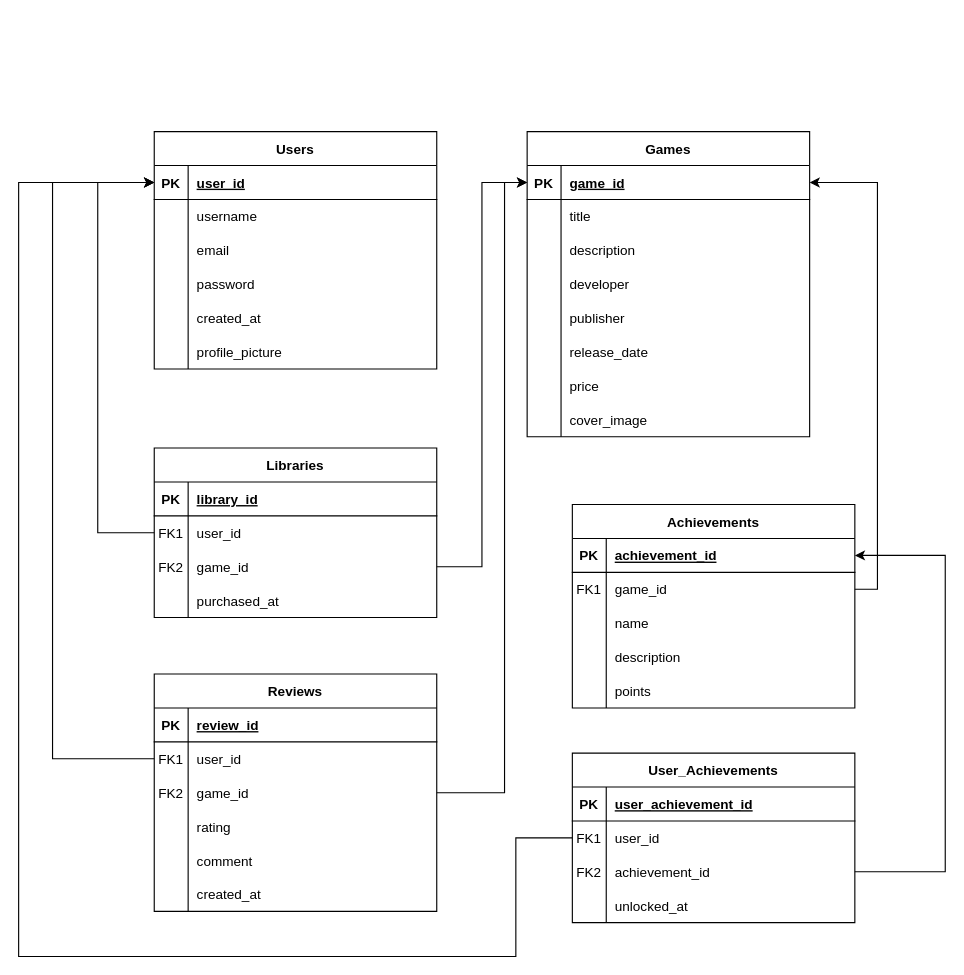
Before: relations.drawio in BaGreal2/steam-copy-server, a draw.io diagram. Source tidied: cells renumbered, new cells numbered last; positions are measured from the earlier drawing's top-left corner, leaving out a move shared by most shapes. Both pictures are drawn from the tidied source at 113%, with x=0, y=0 at pixel (18, 131).
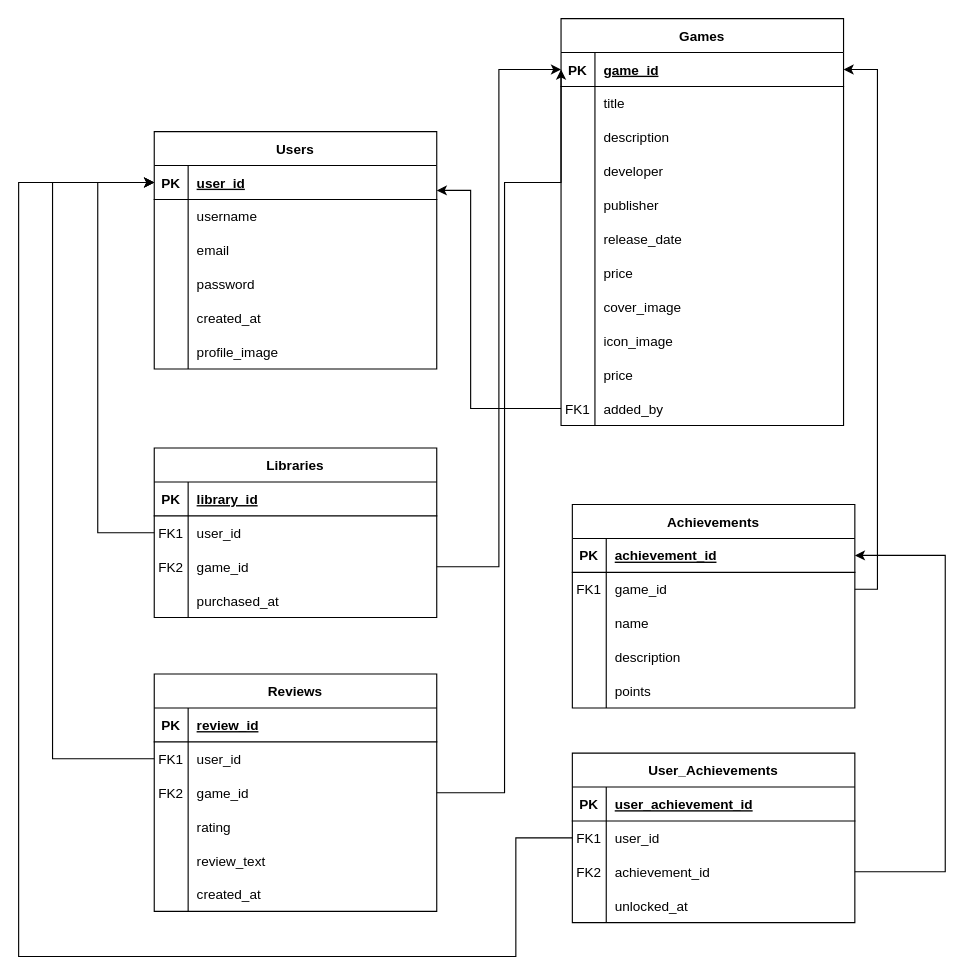
The same diagram, later.

The change refers to these unchanged cells:
```xml
<mxCell id="28" style="shape=partialRectangle;fillColor=none;points=[[0,0.5],[1,0.5]];portConstraint=eastwest;top=0;left=0;right=0;bottom=1;" parent="27" vertex="1">
  <mxGeometry y="30" width="250" height="30" as="geometry" />
</mxCell>
<mxCell id="43" style="shape=partialRectangle;fillColor=none;top=0;left=0;right=0;bottom=0;" parent="27" vertex="1">
  <mxGeometry y="180" width="250" height="30" as="geometry" />
</mxCell>
<mxCell id="74" style="shape=partialRectangle;fillColor=none;top=0;left=0;right=0;bottom=0;" parent="61" vertex="1">
  <mxGeometry y="150" width="250" height="30" as="geometry" />
</mxCell>
```

The edit, as a diff of the source:
```diff
@@
     <mxCell id="2" value="Games" style="shape=table;startSize=30;childLayout=tableLayout;rowLines=0;fontStyle=1;align=center;" parent="1" vertex="1">
-      <mxGeometry x="450" width="250" height="270" as="geometry" />
+      <mxGeometry x="480" y="-100" width="250" height="360" as="geometry" />
     </mxCell>
@@
+    <mxCell id="114" style="shape=partialRectangle;fillColor=none;top=0;left=0;right=0;bottom=0;" parent="2" vertex="1">
+      <mxGeometry y="270" width="250" height="30" as="geometry" />
+    </mxCell>
+    <mxCell id="115" style="shape=partialRectangle;overflow=hidden;fillColor=none;top=0;left=0;bottom=0;right=0;" parent="114" vertex="1">
+      <mxGeometry width="30" height="30" as="geometry" />
+    </mxCell>
+    <mxCell id="116" value="icon_image" style="shape=partialRectangle;overflow=hidden;fillColor=none;top=0;left=0;bottom=0;right=0;align=left;spacingLeft=6;" parent="114" vertex="1">
+      <mxGeometry x="30" width="220" height="30" as="geometry" />
+    </mxCell>
+    <mxCell id="117" style="shape=partialRectangle;fillColor=none;top=0;left=0;right=0;bottom=0;" parent="2" vertex="1">
+      <mxGeometry y="300" width="250" height="30" as="geometry" />
+    </mxCell>
+    <mxCell id="118" style="shape=partialRectangle;overflow=hidden;fillColor=none;top=0;left=0;bottom=0;right=0;" parent="117" vertex="1">
+      <mxGeometry width="30" height="30" as="geometry" />
+    </mxCell>
+    <mxCell id="119" value="price" style="shape=partialRectangle;overflow=hidden;fillColor=none;top=0;left=0;bottom=0;right=0;align=left;spacingLeft=6;" parent="117" vertex="1">
+      <mxGeometry x="30" width="220" height="30" as="geometry" />
+    </mxCell>
+    <mxCell id="120" style="shape=partialRectangle;fillColor=none;points=[[0,0.5],[1,0.5]];portConstraint=eastwest;top=0;left=0;right=0;bottom=0;" parent="2" vertex="1">
+      <mxGeometry y="330" width="250" height="30" as="geometry" />
+    </mxCell>
+    <mxCell id="121" value="FK1" style="shape=partialRectangle;overflow=hidden;fillColor=none;top=0;left=0;bottom=0;right=0;" parent="120" vertex="1">
+      <mxGeometry width="30" height="30" as="geometry" />
+    </mxCell>
+    <mxCell id="122" value="added_by" style="shape=partialRectangle;overflow=hidden;fillColor=none;top=0;left=0;bottom=0;right=0;align=left;spacingLeft=6;" parent="120" vertex="1">
+      <mxGeometry x="30" width="220" height="30" as="geometry" />
+    </mxCell>
@@
-    <mxCell id="45" value="profile_picture" style="shape=partialRectangle;overflow=hidden;fillColor=none;top=0;left=0;bottom=0;right=0;align=left;spacingLeft=6;" parent="43" vertex="1">
+    <mxCell id="45" value="profile_image" style="shape=partialRectangle;overflow=hidden;fillColor=none;top=0;left=0;bottom=0;right=0;align=left;spacingLeft=6;" parent="43" vertex="1">
       <mxGeometry x="30" width="220" height="30" as="geometry" />
     </mxCell>
@@
-    <mxCell id="76" value="comment" style="shape=partialRectangle;overflow=hidden;fillColor=none;top=0;left=0;bottom=0;right=0;align=left;spacingLeft=6;" parent="74" vertex="1">
+    <mxCell id="76" value="review_text" style="shape=partialRectangle;overflow=hidden;fillColor=none;top=0;left=0;bottom=0;right=0;align=left;spacingLeft=6;" parent="74" vertex="1">
       <mxGeometry x="30" width="220" height="30" as="geometry" />
     </mxCell>
@@
+    <mxCell id="123" style="edgeStyle=orthogonalEdgeStyle;rounded=0;jettySize=auto;html=1;exitX=0;exitY=0.5;exitDx=0;exitDy=0;entryX=1;entryY=0.733;entryDx=0;entryDy=0;entryPerimeter=0;" parent="1" edge="1" source="120" target="28">
+      <mxGeometry relative="1" as="geometry">
+        <Array as="points">
+          <mxPoint x="400" y="245" />
+          <mxPoint x="400" y="52" />
+        </Array>
+      </mxGeometry>
+    </mxCell>
```
